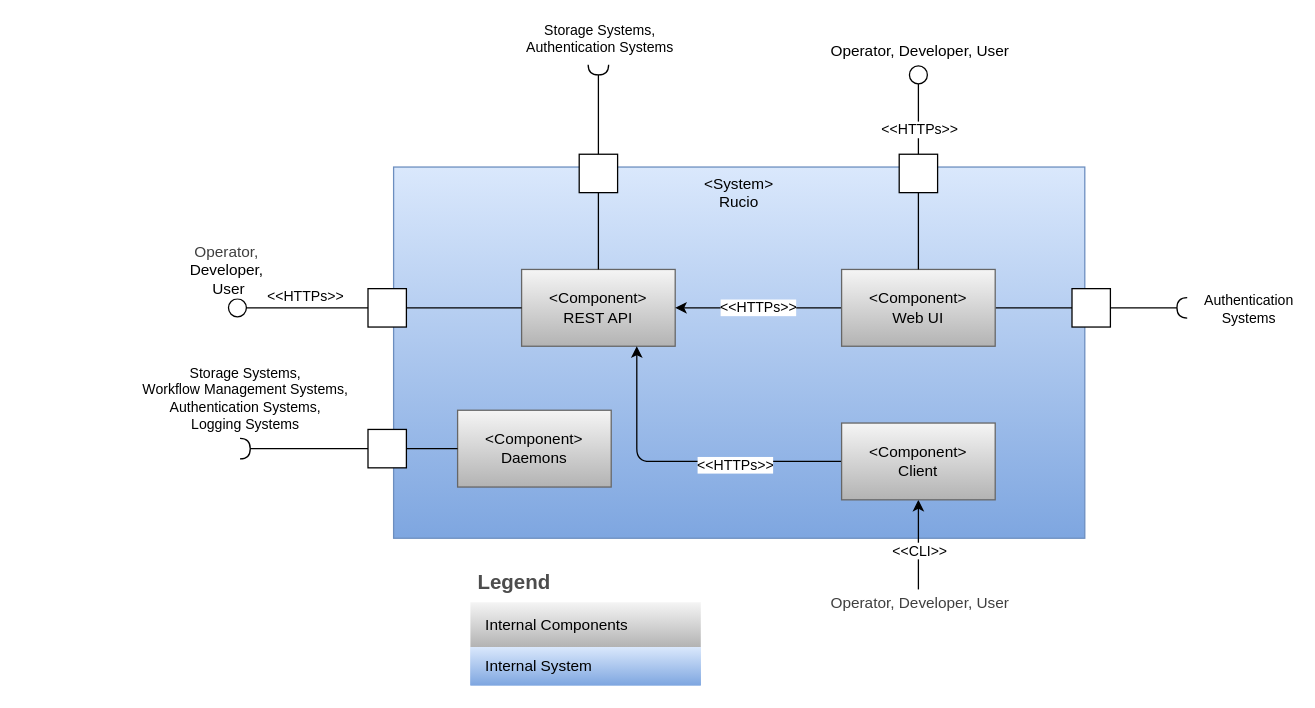
Above: diagrams/Building Block Lvl 1 View.drawio in mgajek-cern/rucio-architecture-docs (draw.io), before the change. Source tidied: cells renumbered, new cells numbered last; positions are measured from the earlier drawing's top-left corner, leaving out a move shared by most shapes. Both pictures are drawn from the tidied source at 128%, with x=0, y=0 at pixel (227, 64).
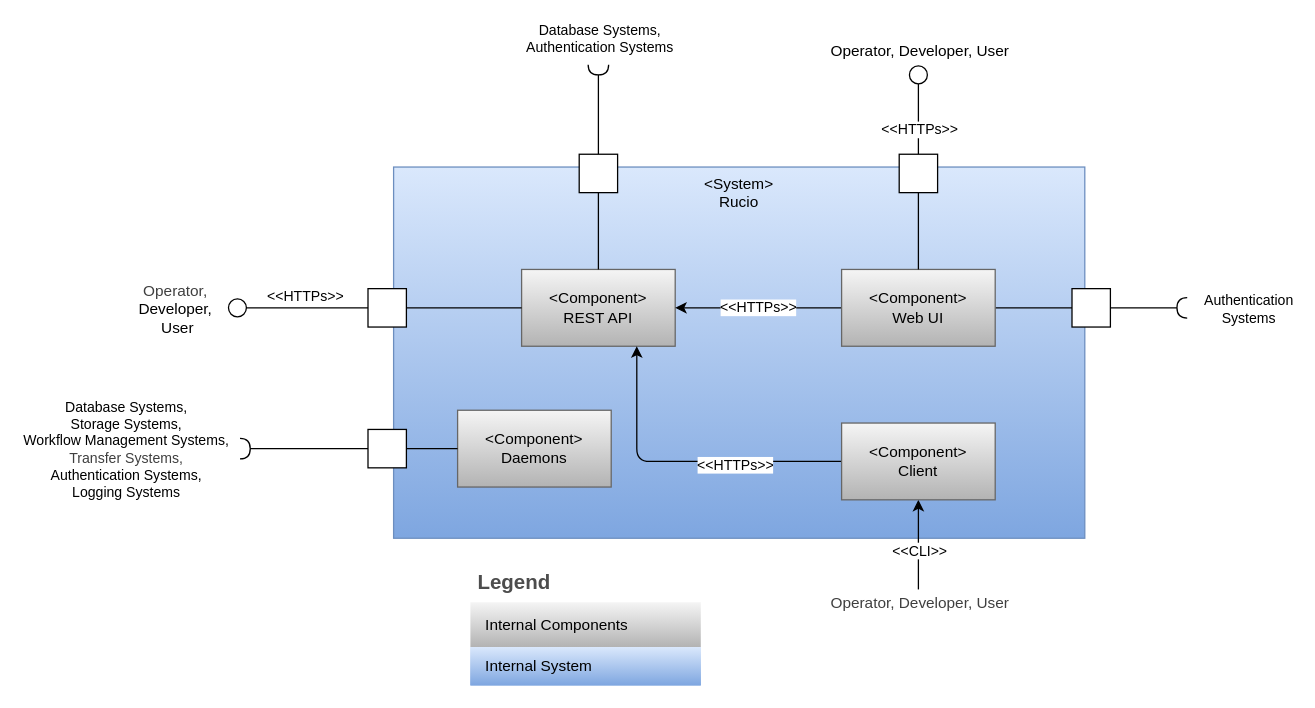
After the change.

Commit message (it also covers changes not shown here):
add missing external systems in component diagrams

Unchanged cells that the change refers to:
```xml
<mxCell id="18" style="edgeStyle=orthogonalEdgeStyle;rounded=0;jettySize=auto;html=1;endArrow=halfCircle;endFill=0;" parent="1" edge="1" source="21">
  <mxGeometry relative="1" as="geometry">
    <mxPoint x="290" as="targetPoint" />
    <Array as="points">
      <mxPoint x="290" y="30" />
    </Array>
  </mxGeometry>
</mxCell>
<mxCell id="29" style="edgeStyle=orthogonalEdgeStyle;rounded=0;jettySize=auto;html=1;endArrow=circle;endFill=0;" parent="1" edge="1" source="31">
  <mxGeometry relative="1" as="geometry">
    <mxPoint y="190" as="targetPoint" />
  </mxGeometry>
</mxCell>
<mxCell id="34" style="edgeStyle=none;html=1;endArrow=halfCircle;endFill=0;" parent="1" edge="1" source="36">
  <mxGeometry relative="1" as="geometry">
    <mxPoint x="10" y="300" as="targetPoint" />
  </mxGeometry>
</mxCell>
```

Change to the diagram source:
```diff
@@
-    <mxCell id="19" value="Storage Systems,&lt;div&gt;&lt;font color=&quot;#000000&quot;&gt;Authentication Systems&lt;/font&gt;&lt;/div&gt;" style="edgeLabel;html=1;align=center;verticalAlign=middle;" parent="18" vertex="1">
+    <mxCell id="19" value="Database Systems,&lt;div&gt;&lt;font color=&quot;#000000&quot;&gt;Authentication Systems&lt;/font&gt;&lt;/div&gt;" style="edgeLabel;html=1;align=center;verticalAlign=middle;" parent="18" vertex="1">
       <mxGeometry x="0.19" y="-1" relative="1" as="geometry">
         <mxPoint x="-1" y="-49" as="offset" />
       </mxGeometry>
     </mxCell>
@@
     <mxCell id="30" value="&lt;span style=&quot;color: rgb(63, 63, 63); font-size: 12px;&quot;&gt;Operator,&amp;nbsp;&lt;/span&gt;&lt;div&gt;&lt;span style=&quot;font-size: 12px; background-color: light-dark(#ffffff, var(--ge-dark-color, #121212));&quot;&gt;Developer,&amp;nbsp;&lt;/span&gt;&lt;/div&gt;&lt;div&gt;&lt;span style=&quot;font-size: 12px; background-color: light-dark(#ffffff, var(--ge-dark-color, #121212));&quot;&gt;User&lt;/span&gt;&lt;/div&gt;" style="edgeLabel;html=1;align=center;verticalAlign=middle;" parent="29" vertex="1">
       <mxGeometry x="0.36" y="3" relative="1" as="geometry">
-        <mxPoint x="-35" y="-33" as="offset" />
+        <mxPoint x="-75" y="-3" as="offset" />
       </mxGeometry>
     </mxCell>
@@
-    <mxCell id="35" value="Storage Systems,&lt;div&gt;Workflow Management Systems,&lt;/div&gt;&lt;div&gt;&lt;span style=&quot;color: rgb(0, 0, 0);&quot;&gt;Authentication Systems,&lt;/span&gt;&lt;/div&gt;&lt;div&gt;&lt;font color=&quot;#000000&quot;&gt;Logging Systems&lt;/font&gt;&lt;br&gt;&lt;/div&gt;" style="edgeLabel;html=1;align=center;verticalAlign=middle;" parent="34" vertex="1">
+    <mxCell id="35" value="&lt;span style=&quot;color: rgb(0, 0, 0);&quot;&gt;Database Systems,&lt;/span&gt;&lt;br&gt;Storage Systems,&lt;div&gt;Workflow Management Systems,&lt;/div&gt;&lt;div&gt;&lt;span style=&quot;color: rgb(63, 63, 63);&quot;&gt;Transfer Systems,&lt;/span&gt;&lt;/div&gt;&lt;div&gt;&lt;span style=&quot;color: rgb(0, 0, 0);&quot;&gt;Authentication Systems,&lt;/span&gt;&lt;/div&gt;&lt;div&gt;&lt;font color=&quot;#000000&quot;&gt;Logging Systems&lt;/font&gt;&lt;br&gt;&lt;/div&gt;" style="edgeLabel;html=1;align=center;verticalAlign=middle;" parent="34" vertex="1">
       <mxGeometry x="0.13" y="-4" relative="1" as="geometry">
-        <mxPoint x="-41" y="-36" as="offset" />
+        <mxPoint x="-134" y="4" as="offset" />
       </mxGeometry>
     </mxCell>
```
